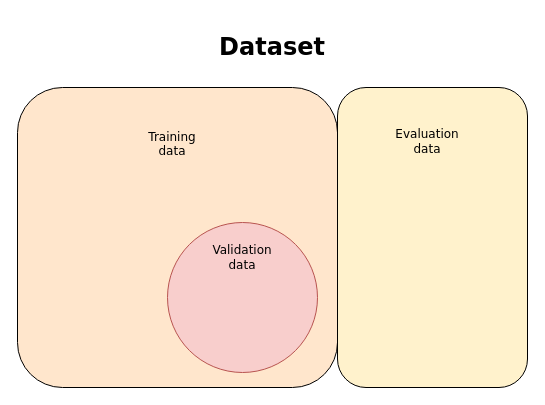
This is img/Train_Test_data.drawio from joakimif/master-thesis, a draw.io file, before an edit. Source tidied: cells renumbered, new cells numbered last; positions are measured from the earlier drawing's top-left corner, leaving out a move shared by most shapes. Both pictures are drawn from the tidied source at 100%, with x=0, y=0 at pixel (17, 37).
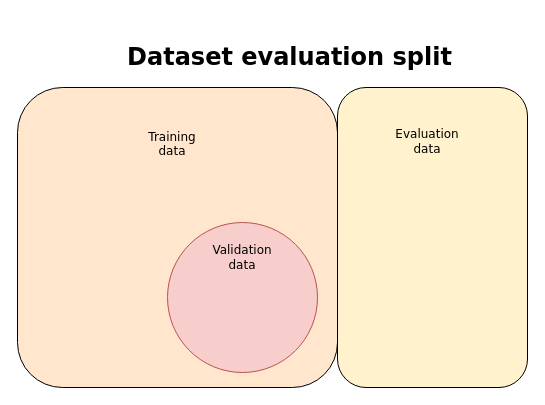
Above is the later version.

What changed in the source:
```diff
@@
 <mxGraphModel>
   <root>
     <mxCell id="0" />
     <mxCell id="1" parent="0" />
     <mxCell id="2" style="rounded=1;whiteSpace=wrap;html=1;fontFamily=Verdana;fillColor=#ffe6cc;strokeColor=#000000;glass=0;shadow=0;comic=0;" parent="1" vertex="1">
       <mxGeometry y="50" width="320" height="300" as="geometry" />
     </mxCell>
-    <mxCell id="3" value="&lt;h1&gt;Dataset&lt;/h1&gt;" style="text;html=1;strokeColor=none;fillColor=none;align=center;verticalAlign=middle;whiteSpace=wrap;rounded=0;fontFamily=Verdana;" parent="1" vertex="1">
-      <mxGeometry x="235" width="40" height="20" as="geometry" />
+    <mxCell id="3" value="&lt;h1&gt;Dataset evaluation split&lt;/h1&gt;" style="text;html=1;strokeColor=none;fillColor=none;align=center;verticalAlign=middle;whiteSpace=wrap;rounded=0;fontFamily=Verdana;" parent="1" vertex="1">
+      <mxGeometry x="100" y="10" width="345" height="20" as="geometry" />
     </mxCell>
     <mxCell id="4" value="Training data&lt;br&gt;&lt;br&gt;" style="text;html=1;strokeColor=none;fillColor=none;align=center;verticalAlign=middle;whiteSpace=wrap;rounded=0;fontFamily=Verdana;" parent="1" vertex="1">
       <mxGeometry x="135" y="104" width="40" height="20" as="geometry" />
     </mxCell>
     <mxCell id="5" style="ellipse;whiteSpace=wrap;html=1;fontFamily=Verdana;fillColor=#f8cecc;strokeColor=#b85450;" parent="1" vertex="1">
       <mxGeometry x="150" y="185" width="150" height="150" as="geometry" />
     </mxCell>
     <mxCell id="6" value="Validation data&lt;br&gt;" style="text;html=1;strokeColor=none;fillColor=none;align=center;verticalAlign=middle;whiteSpace=wrap;rounded=0;fontFamily=Verdana;" parent="1" vertex="1">
       <mxGeometry x="205" y="210" width="40" height="20" as="geometry" />
     </mxCell>
     <mxCell id="7" style="rounded=1;whiteSpace=wrap;html=1;shadow=0;glass=0;comic=0;strokeColor=#000000;fontFamily=Verdana;fillColor=#fff2cc;" parent="1" vertex="1">
       <mxGeometry x="320" y="50" width="190" height="300" as="geometry" />
     </mxCell>
     <mxCell id="8" value="Evaluation data&lt;br&gt;" style="text;html=1;strokeColor=none;fillColor=none;align=center;verticalAlign=middle;whiteSpace=wrap;rounded=0;fontFamily=Verdana;" parent="1" vertex="1">
       <mxGeometry x="390" y="94" width="40" height="20" as="geometry" />
     </mxCell>
   </root>
 </mxGraphModel>
```
